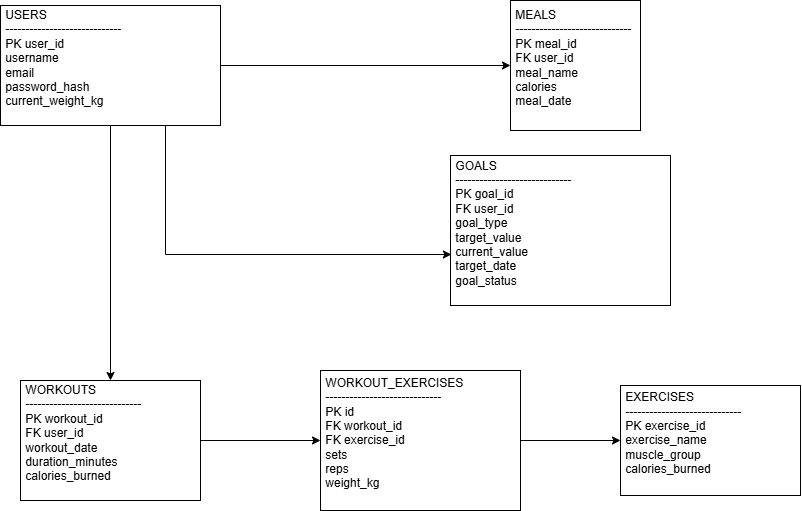
Above: docs/goalgetter_database_schema.drawio.png in lanamnj0/goalgetter (draw.io), before the change. Source tidied: cells renumbered, new cells last; positions are measured from the earlier drawing's top-left corner, leaving out a move shared by most shapes.
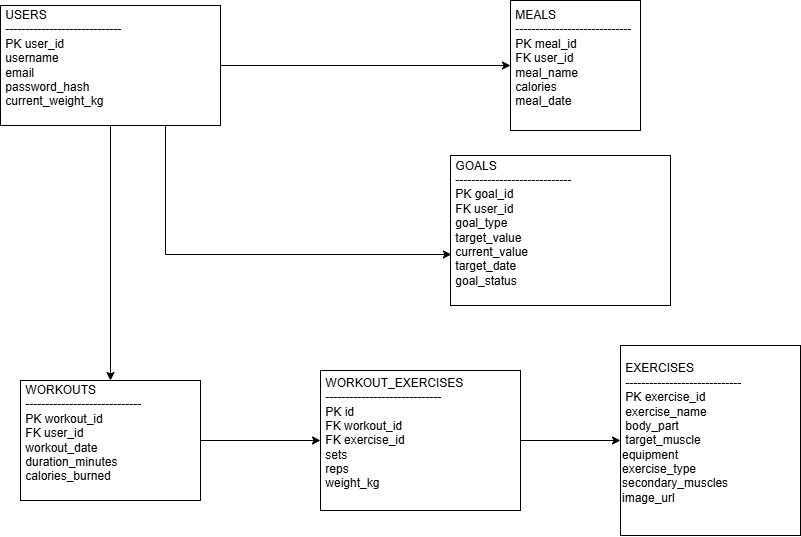
After the commit.

Commit message:
update ERD PNG to reflect ExerciseDB schema

Diff of the diagram source:
```diff
@@ -26,8 +26,8 @@
     <mxCell id="9" value="&lt;div&gt;&lt;span style=&quot;background-color: transparent; color: light-dark(rgb(0, 0, 0), rgb(255, 255, 255));&quot;&gt;&amp;nbsp;MEALS&lt;/span&gt;&lt;/div&gt;&lt;span style=&quot;background-color: transparent; color: light-dark(rgb(0, 0, 0), rgb(255, 255, 255));&quot;&gt;&amp;nbsp;-----------------------------&lt;/span&gt;&lt;div&gt;&amp;nbsp;PK meal_id&amp;nbsp;&lt;/div&gt;&lt;div&gt;&amp;nbsp;FK user_id&lt;/div&gt;&lt;div&gt;&amp;nbsp;meal_name&lt;/div&gt;&lt;div&gt;&amp;nbsp;calories&lt;/div&gt;&lt;div&gt;&amp;nbsp;meal_date&lt;/div&gt;&lt;div&gt;&lt;br&gt;&lt;/div&gt;" style="rounded=0;whiteSpace=wrap;html=1;align=left;" parent="1" vertex="1">
       <mxGeometry x="510" width="130" height="130" as="geometry" />
     </mxCell>
-    <mxCell id="10" value="&amp;nbsp;EXERCISES&lt;br&gt;&lt;div&gt;&amp;nbsp;-----------------------------&lt;/div&gt;&lt;div&gt;&amp;nbsp;PK exercise_id&lt;/div&gt;&lt;div&gt;&amp;nbsp;exercise_name&lt;/div&gt;&lt;div&gt;&amp;nbsp;muscle_group&lt;/div&gt;&lt;div&gt;&amp;nbsp;calories_burned&lt;/div&gt;&lt;div&gt;&lt;br&gt;&lt;/div&gt;" style="rounded=0;whiteSpace=wrap;html=1;align=left;" parent="1" vertex="1">
-      <mxGeometry x="620" y="385" width="180" height="110" as="geometry" />
+    <mxCell id="10" value="&amp;nbsp;EXERCISES&lt;br&gt;&lt;div&gt;&amp;nbsp;-----------------------------&lt;/div&gt;&lt;div&gt;&amp;nbsp;PK exercise_id&lt;/div&gt;&lt;div&gt;&amp;nbsp;exercise_name&lt;/div&gt;&lt;div&gt;&amp;nbsp;body_part&lt;/div&gt;&lt;div&gt;&amp;nbsp;target_muscle&lt;/div&gt;&lt;div&gt;equipment&lt;/div&gt;&lt;div&gt;exercise_type&lt;/div&gt;&lt;div&gt;secondary_muscles&lt;/div&gt;&lt;div&gt;image_url&lt;/div&gt;&lt;div&gt;&lt;br&gt;&lt;/div&gt;" style="rounded=0;whiteSpace=wrap;html=1;align=left;" parent="1" vertex="1">
+      <mxGeometry x="620" y="345" width="180" height="190" as="geometry" />
     </mxCell>
     <mxCell id="11" value="&amp;nbsp;GOALS&lt;div&gt;&amp;nbsp;-----------------------------&lt;/div&gt;&lt;div&gt;&amp;nbsp;PK goal_id&lt;/div&gt;&lt;div&gt;&amp;nbsp;FK user_id&lt;/div&gt;&lt;div&gt;&amp;nbsp;goal_type&lt;/div&gt;&lt;div&gt;&amp;nbsp;target_value&lt;/div&gt;&lt;div&gt;&amp;nbsp;current_value&lt;/div&gt;&lt;div&gt;&amp;nbsp;target_date&lt;/div&gt;&lt;div&gt;&amp;nbsp;goal_status&lt;/div&gt;&lt;div&gt;&lt;br&gt;&lt;/div&gt;" style="rounded=0;whiteSpace=wrap;html=1;align=left;" parent="1" vertex="1">
       <mxGeometry x="450" y="155" width="220" height="150" as="geometry" />
```
